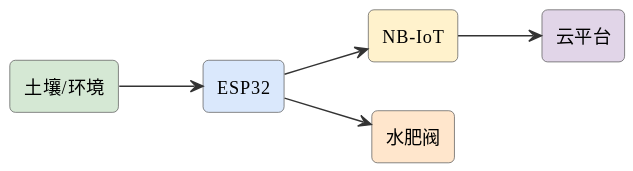
Before: assets/diagrams/ideas-fig16.svg, a diagram exported from PlantUML (mingyi0818/IntelligentMcuCourse).
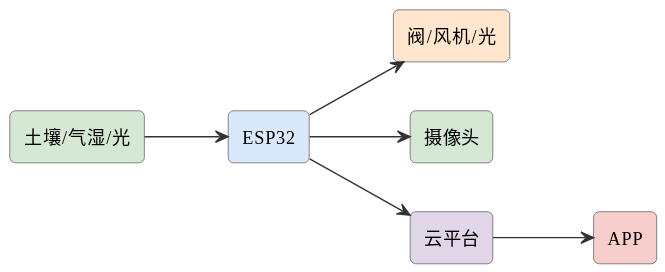
After the change.

The edit, as a diff of the source:
```diff
@@ -6,13 +6,15 @@
 skinparam arrowFontSize 11
 skinparam arrowColor #333
 left to right direction
-rectangle "土壤/环境" as s #d5e8d4
+rectangle "土壤/气湿/光" as s #d5e8d4
 rectangle "ESP32" as esp #dae8fc
-rectangle "NB-IoT" as nb #fff2cc
-rectangle "水肥阀" as valve #ffe6cc
+rectangle "阀/风机/光" as act #ffe6cc
+rectangle "摄像头" as cam #d5e8d4
 rectangle "云平台" as cloud #e1d5e8
+rectangle "APP" as app #f8cecc
 s --> esp
-esp --> nb
-esp --> valve
-nb --> cloud
+esp --> act
+esp --> cam
+esp --> cloud
+cloud --> app
 @enduml
```
